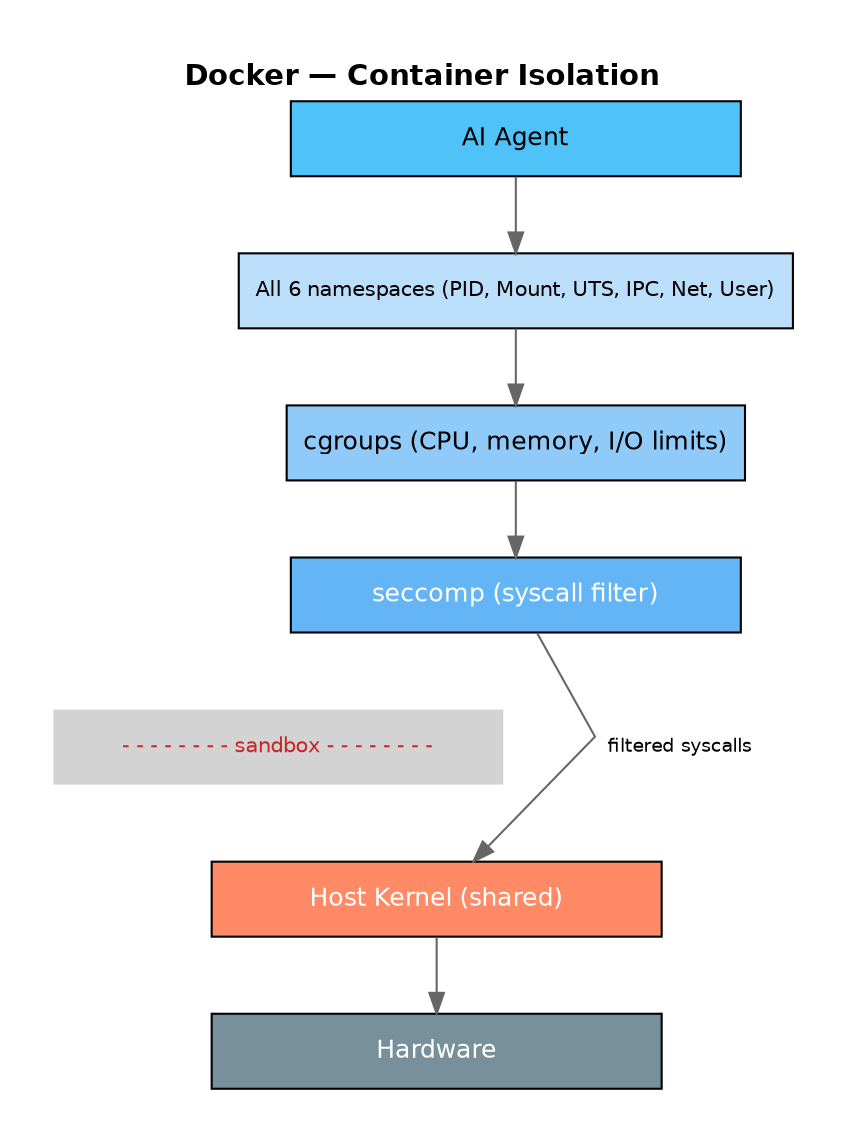
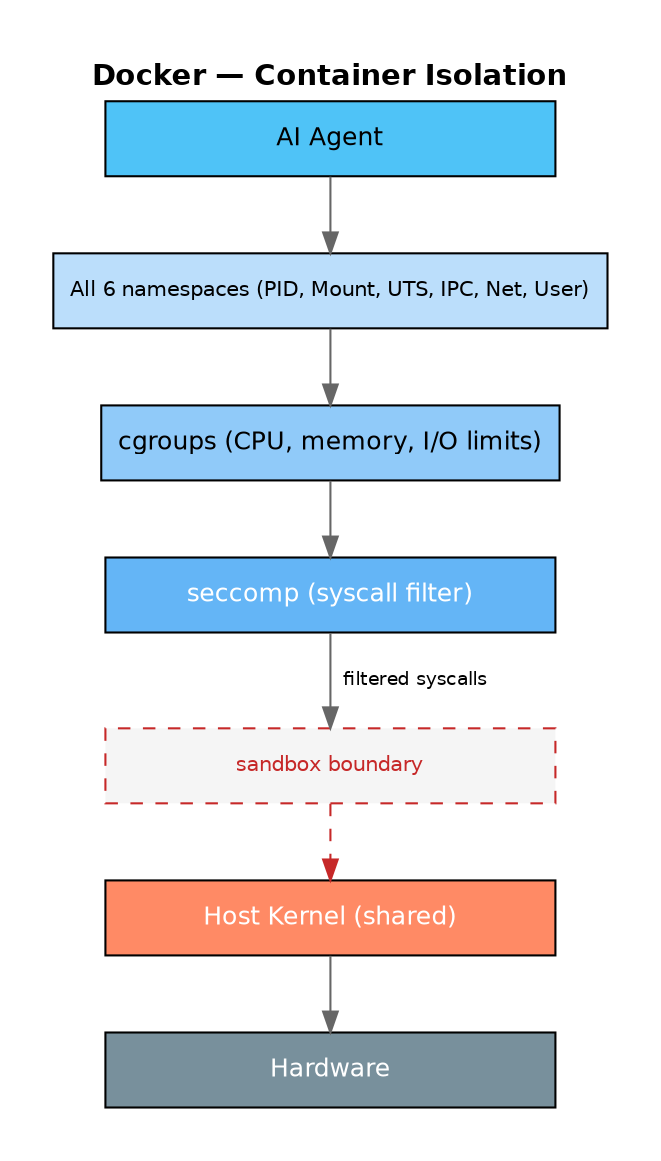
digraph Docker {
  rankdir=TB;
  splines=false;
  nodesep=0.3;
  ranksep=0.5;
  bgcolor="white";
  margin=0.3;

  node [shape=box, style="filled", fontname="Helvetica", fontsize=12, width=3, height=0.5];
  edge [fontname="Helvetica", fontsize=9, color="#666666"];

  label="Docker — Container Isolation";
  labelloc=t;
  fontsize=14;
  fontname="Helvetica-Bold";

  agent [label="AI Agent", fillcolor="#4FC3F7"];
  ns [label="All 6 namespaces (PID, Mount, UTS, IPC, Net, User)", fillcolor="#BBDEFB", fontsize=10];
  cgroups [label="cgroups (CPU, memory, I/O limits)", fillcolor="#90CAF9"];
  seccomp [label="seccomp (syscall filter)", fillcolor="#64B5F6", fontcolor=white];
- 
-   // Sandbox boundary
-   sb_label [label="- - - - - - - - sandbox - - - - - - - -", shape=plaintext, fontsize=10, fontcolor="#C62828"];
- 
+   sb [label="sandbox boundary", style="dashed,filled", fillcolor="#F5F5F5", fontcolor="#C62828", fontsize=10, color="#C62828"];
  kernel [label="Host Kernel (shared)", fillcolor="#FF8A65", fontcolor=white];
  hw [label="Hardware", fillcolor="#78909C", fontcolor=white];

  agent -> ns;
  ns -> cgroups;
  cgroups -> seccomp;
-   seccomp -> sb_label [style=invis];
-   sb_label -> kernel [style=invis];
-   seccomp -> kernel [label="  filtered syscalls"];
+   seccomp -> sb [label="  filtered syscalls"];
+   sb -> kernel [style=dashed, color="#C62828"];
  kernel -> hw;
}
